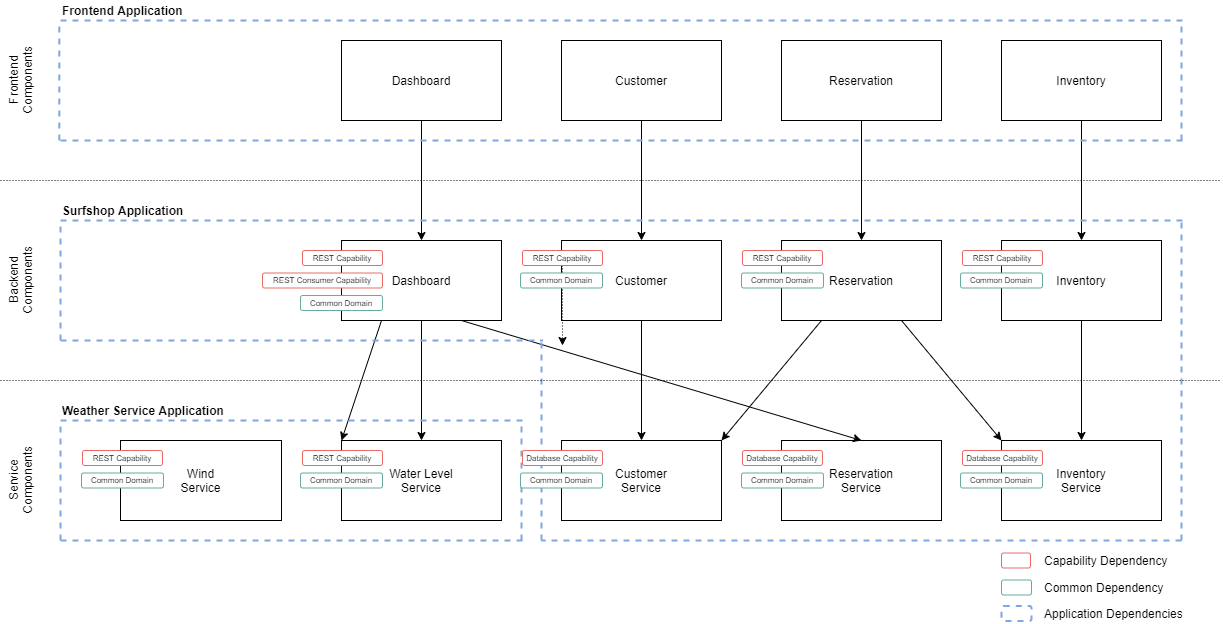
ChristianRamseier/fullstack-surfshop keeps this draw.io diagram as modules.png. Above is the earlier version. Source tidied: cells renumbered, new cells last; positions are measured from the earlier drawing's top-left corner, leaving out a move shared by most shapes.
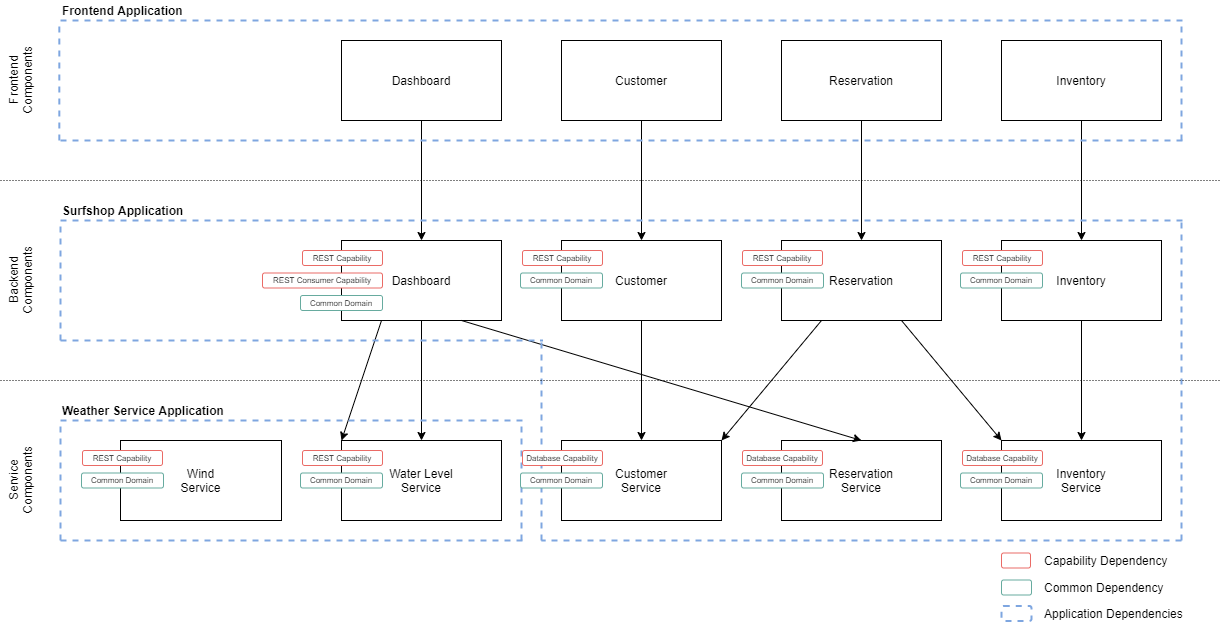
After the change.

The edit, as a diff of the source:
```diff
@@ -193,11 +193,6 @@
     <mxCell id="48" value="Service&lt;br&gt;Components" style="text;html=1;align=center;verticalAlign=middle;fillColor=none;strokeColor=none;rounded=0;rotation=-90;" parent="1" vertex="1">
       <mxGeometry y="465" width="80" height="30" as="geometry" />
     </mxCell>
-    <mxCell id="49" style="edgeStyle=orthogonalEdgeStyle;rounded=0;jettySize=auto;html=1;dashed=1;dashPattern=1 2;fontSize=8;" parent="1" edge="1" source="50">
-      <mxGeometry relative="1" as="geometry">
-        <mxPoint x="582" y="345" as="targetPoint" />
-      </mxGeometry>
-    </mxCell>
     <mxCell id="50" value="REST Capability" style="rounded=1;whiteSpace=wrap;html=1;strokeWidth=1;fontSize=8;strokeColor=#EA6B66;" parent="1" vertex="1">
       <mxGeometry x="542" y="250" width="80" height="15" as="geometry" />
     </mxCell>
```
